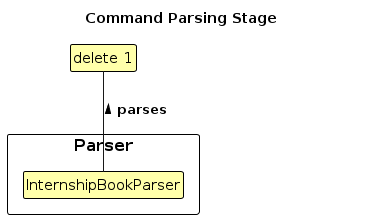
The PlantUML diagram diagrams/DeleteCommandParse.png in AY2324S1-CS2103T-W17-1/tp, before a commit. Its source is kept beside it as diagrams/DeleteCommandParse.puml.
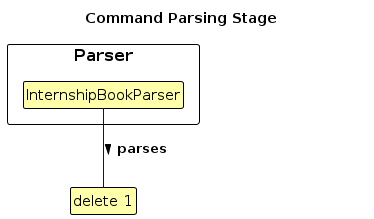
The same diagram one commit later.

What changed in the source:
```diff
@@ -20,6 +20,6 @@
 
 class UserInput as "delete 1"
 
-UserInput -down- InternshipBookParser : < parses
+UserInput -up- InternshipBookParser : < parses
 
 @enduml
```
